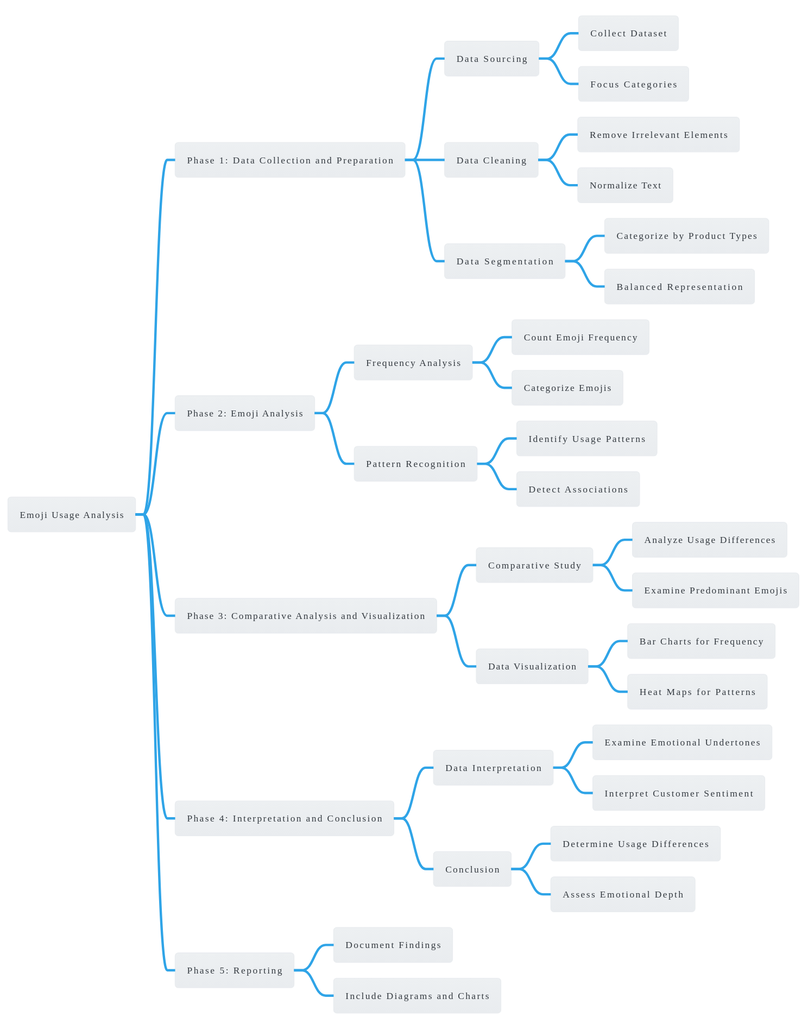
This is Diagrams/Hypothesis1.svg from Talitapsouz/Deciphering-Emojis-A-Data-Analysis-Approach-to-Enhancing-Sentiment-Analysis-in-E-Commerce-Reviews, a PlantUML export, as it was before one commit. The source it was exported from:
```plantuml
@startmindmap
!theme cerulean
* Emoji Usage Analysis
** Phase 1: Data Collection and Preparation
*** Data Sourcing
**** Collect Dataset
**** Focus Categories
*** Data Cleaning
**** Remove Irrelevant Elements
**** Normalize Text
*** Data Segmentation
**** Categorize by Product Types
**** Balanced Representation
** Phase 2: Emoji Analysis
*** Frequency Analysis
**** Count Emoji Frequency
**** Categorize Emojis
*** Pattern Recognition
**** Identify Usage Patterns
**** Detect Associations
** Phase 3: Comparative Analysis and Visualization
*** Comparative Study
**** Analyze Usage Differences
**** Examine Predominant Emojis
*** Data Visualization
**** Bar Charts for Frequency
**** Heat Maps for Patterns
** Phase 4: Interpretation and Conclusion
*** Data Interpretation
**** Examine Emotional Undertones
**** Interpret Customer Sentiment
*** Conclusion
**** Determine Usage Differences
**** Assess Emotional Depth
** Phase 5: Reporting
*** Document Findings
*** Include Diagrams and Charts
@endmindmap
```
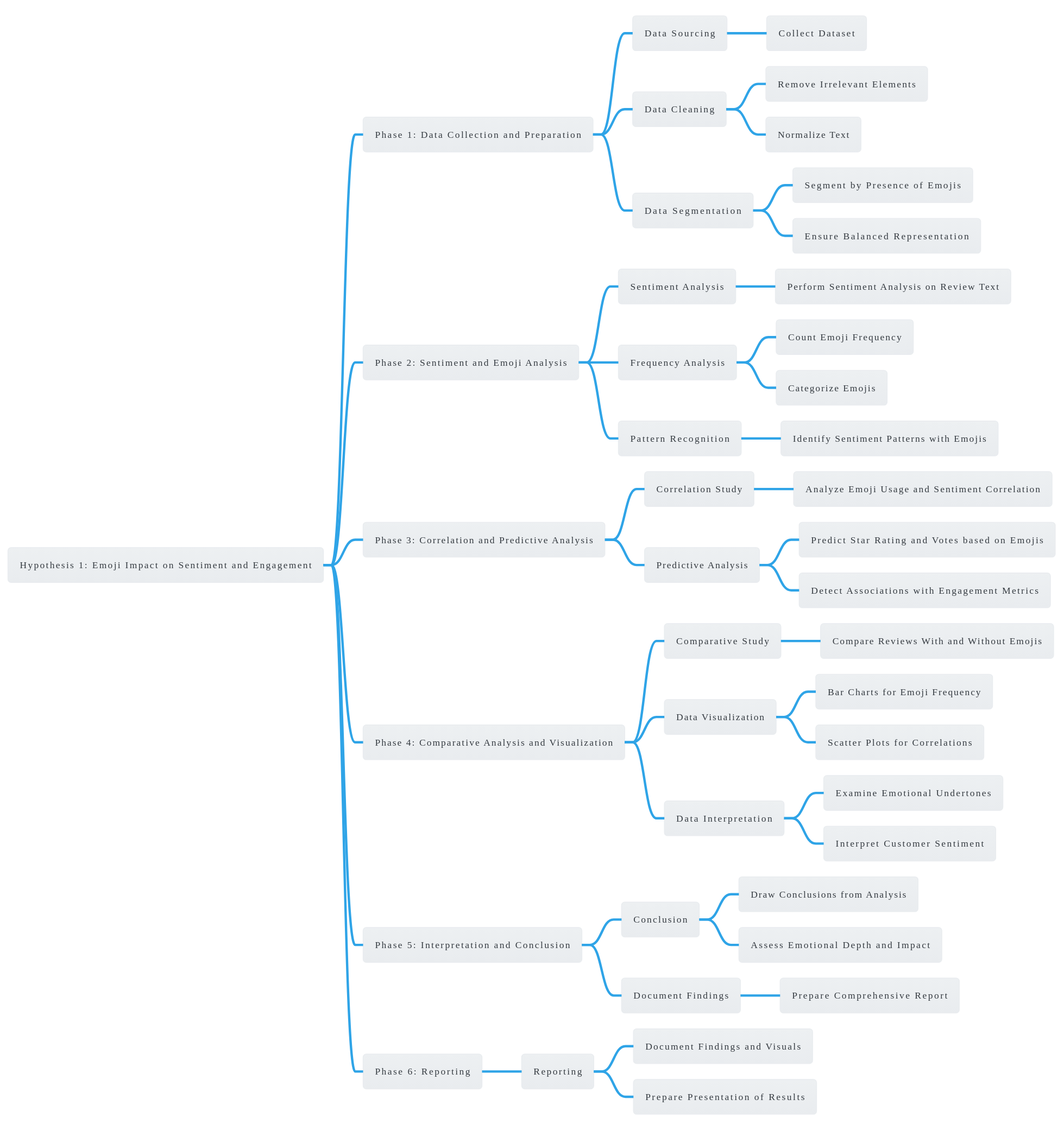
Later version of the same file.

Commit message:
Revised Hypothesis added it's diagram

Change to the diagram source:
```diff
@@ -1,38 +1,46 @@
 @startmindmap
 !theme cerulean
-* Emoji Usage Analysis
+* Hypothesis 1: Emoji Impact on Sentiment and Engagement
 ** Phase 1: Data Collection and Preparation
 *** Data Sourcing
 **** Collect Dataset
-**** Focus Categories
 *** Data Cleaning
 **** Remove Irrelevant Elements
 **** Normalize Text
 *** Data Segmentation
-**** Categorize by Product Types
-**** Balanced Representation
-** Phase 2: Emoji Analysis
+**** Segment by Presence of Emojis
+**** Ensure Balanced Representation
+** Phase 2: Sentiment and Emoji Analysis
+*** Sentiment Analysis
+**** Perform Sentiment Analysis on Review Text
 *** Frequency Analysis
 **** Count Emoji Frequency
 **** Categorize Emojis
 *** Pattern Recognition
-**** Identify Usage Patterns
-**** Detect Associations
-** Phase 3: Comparative Analysis and Visualization
+**** Identify Sentiment Patterns with Emojis
+** Phase 3: Correlation and Predictive Analysis
+*** Correlation Study
+**** Analyze Emoji Usage and Sentiment Correlation
+*** Predictive Analysis
+**** Predict Star Rating and Votes based on Emojis
+**** Detect Associations with Engagement Metrics
+** Phase 4: Comparative Analysis and Visualization
 *** Comparative Study
-**** Analyze Usage Differences
-**** Examine Predominant Emojis
+**** Compare Reviews With and Without Emojis
 *** Data Visualization
-**** Bar Charts for Frequency
-**** Heat Maps for Patterns
-** Phase 4: Interpretation and Conclusion
+**** Bar Charts for Emoji Frequency
+**** Scatter Plots for Correlations
 *** Data Interpretation
 **** Examine Emotional Undertones
 **** Interpret Customer Sentiment
+** Phase 5: Interpretation and Conclusion
 *** Conclusion
-**** Determine Usage Differences
-**** Assess Emotional Depth
-** Phase 5: Reporting
+**** Draw Conclusions from Analysis
+**** Assess Emotional Depth and Impact
 *** Document Findings
-*** Include Diagrams and Charts
+**** Prepare Comprehensive Report
+** Phase 6: Reporting
+*** Reporting
+**** Document Findings and Visuals
+**** Prepare Presentation of Results
 @endmindmap
```
